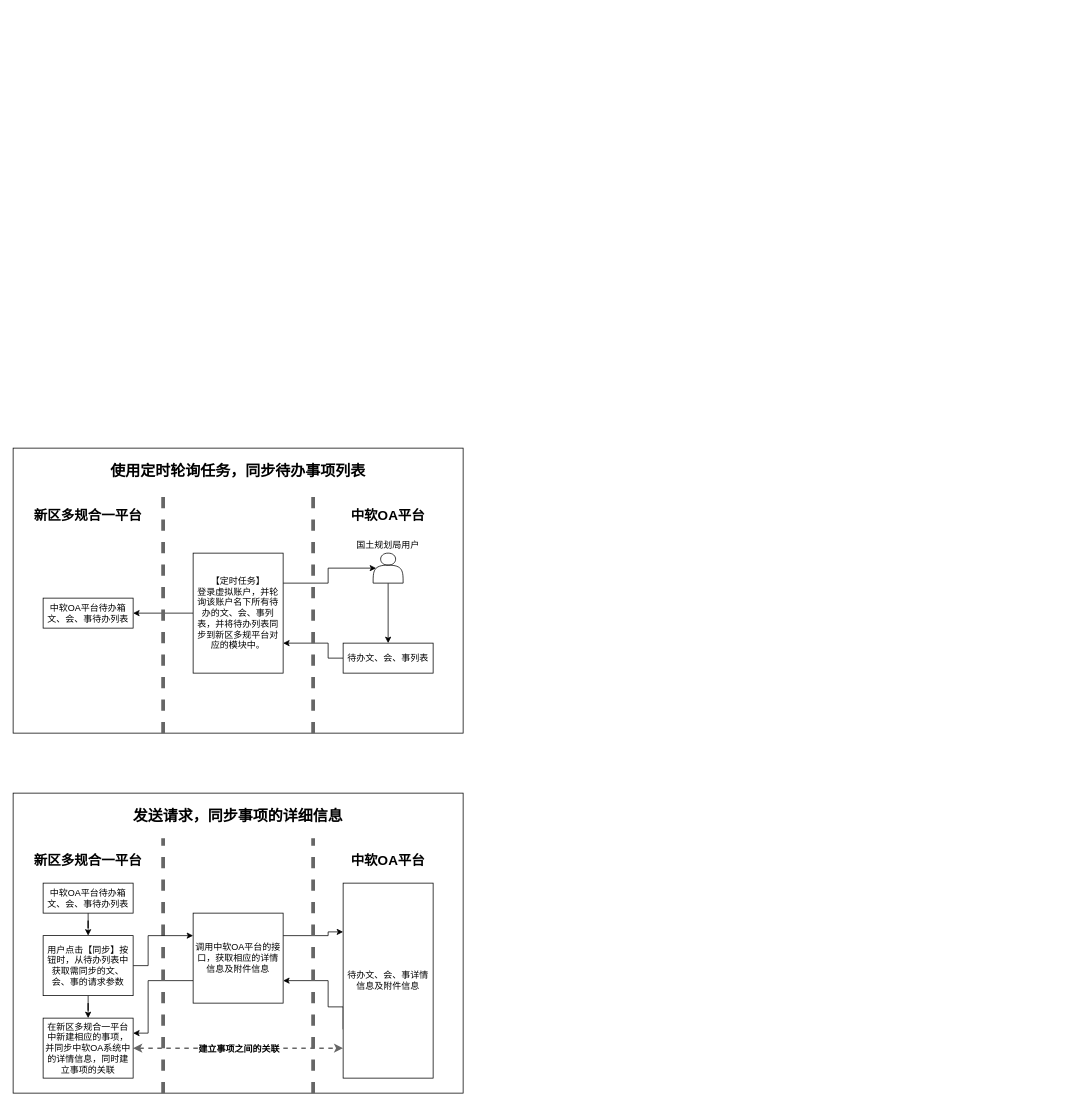
Above: 中软对接.drawio in 806100963/draw.io (draw.io), before the change. Source tidied: cells renumbered, new cells numbered last; positions are measured from the earlier drawing's top-left corner, leaving out a move shared by most shapes. Both pictures are drawn from the tidied source at 75%, with x=0, y=0 at pixel (13, 448).
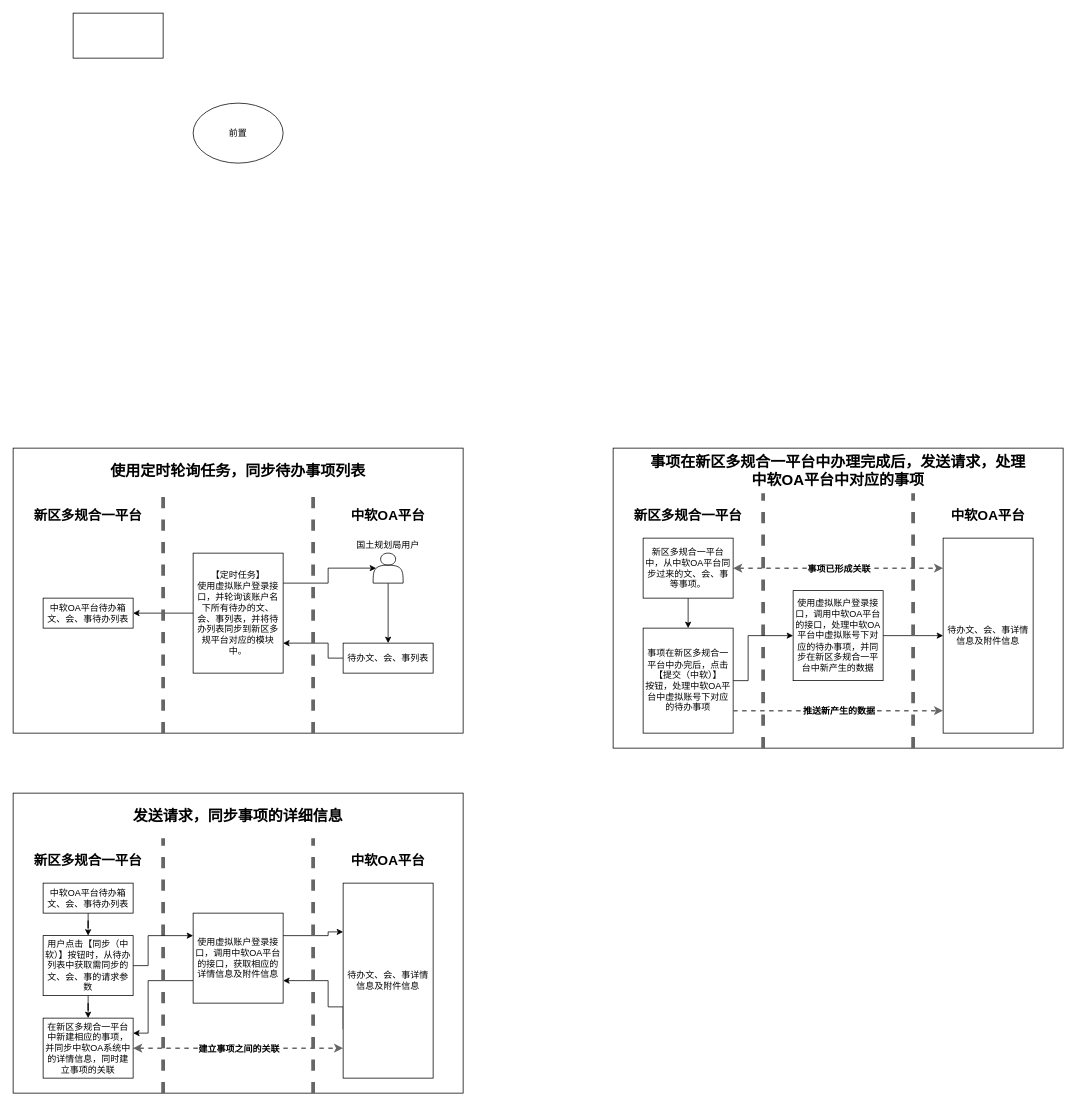
The same diagram, later.

Diff of the diagram source:
```diff
@@
-    <mxCell id="10" value="&lt;span&gt;【定时任务】&lt;br&gt;登录虚拟账户，并轮询该账户名下所有待办的文、会、事列表，并将待办列表同步到新区多规平台对应的模块中。&lt;/span&gt;" style="rounded=0;whiteSpace=wrap;html=1;" parent="1" vertex="1">
+    <mxCell id="10" value="&lt;span&gt;【定时任务】&lt;br&gt;使用虚拟账户登录接口，并轮询该账户名下所有待办的文、会、事列表，并将待办列表同步到新区多规平台对应的模块中。&lt;/span&gt;" style="rounded=0;whiteSpace=wrap;html=1;" parent="1" vertex="1">
       <mxGeometry x="240" y="140" width="120" height="160" as="geometry" />
     </mxCell>
@@
-    <mxCell id="22" value="调用中软OA平台的接口，获取相应的详情信息及附件信息" style="rounded=0;whiteSpace=wrap;html=1;" parent="1" vertex="1">
+    <mxCell id="22" value="使用虚拟账户登录接口，调用中软OA平台的接口，获取相应的详情信息及附件信息" style="rounded=0;whiteSpace=wrap;html=1;" parent="1" vertex="1">
       <mxGeometry x="240" y="620" width="120" height="120" as="geometry" />
     </mxCell>
@@
-    <mxCell id="32" value="用户点击【同步】按钮时，从待办列表中获取需同步的文、会、事的请求参数" style="rounded=0;whiteSpace=wrap;html=1;" parent="1" vertex="1">
+    <mxCell id="32" value="用户点击【同步（中软）】按钮时，从待办列表中获取需同步的文、会、事的请求参数" style="rounded=0;whiteSpace=wrap;html=1;" parent="1" vertex="1">
       <mxGeometry x="40" y="650" width="120" height="80" as="geometry" />
     </mxCell>
@@
+    <mxCell id="36" style="rounded=0;whiteSpace=wrap;html=1;" parent="1" vertex="1">
+      <mxGeometry x="800" width="600" height="400" as="geometry" />
+    </mxCell>
+    <mxCell id="37" value="待办文、会、事详情信息及附件信息" style="rounded=0;whiteSpace=wrap;html=1;" parent="1" vertex="1">
+      <mxGeometry x="1240" y="120" width="120" height="260" as="geometry" />
+    </mxCell>
+    <mxCell id="38" style="edgeStyle=orthogonalEdgeStyle;rounded=0;jettySize=auto;html=1;exitX=1;exitY=0.5;exitDx=0;exitDy=0;entryX=0;entryY=0.5;entryDx=0;entryDy=0;fontSize=12;startArrow=none;startFill=0;strokeWidth=1;" parent="1" edge="1" source="39" target="37">
+      <mxGeometry relative="1" as="geometry">
+        <Array as="points">
+          <mxPoint x="1230" y="250" />
+          <mxPoint x="1230" y="250" />
+        </Array>
+      </mxGeometry>
+    </mxCell>
+    <mxCell id="39" value="使用虚拟账户登录接口，调用中软OA平台的接口，处理中软OA平台中虚拟账号下对应的待办事项，并同步在新区多规合一平台中新产生的数据" style="rounded=0;whiteSpace=wrap;html=1;" parent="1" vertex="1">
+      <mxGeometry x="1040" y="190" width="120" height="120" as="geometry" />
+    </mxCell>
+    <mxCell id="40" style="endArrow=none;dashed=1;html=1;strokeWidth=5;fillColor=#f5f5f5;strokeColor=#666666;" parent="1" edge="1">
+      <mxGeometry relative="1" as="geometry">
+        <mxPoint x="1000" y="400" as="sourcePoint" />
+        <mxPoint x="1000" y="60" as="targetPoint" />
+      </mxGeometry>
+    </mxCell>
+    <mxCell id="41" style="endArrow=none;dashed=1;html=1;strokeWidth=5;fillColor=#f5f5f5;strokeColor=#666666;" parent="1" edge="1">
+      <mxGeometry relative="1" as="geometry">
+        <mxPoint x="1200" y="400" as="sourcePoint" />
+        <mxPoint x="1200" y="60" as="targetPoint" />
+      </mxGeometry>
+    </mxCell>
+    <mxCell id="42" value="新区多规合一平台" style="text;html=1;strokeColor=none;fillColor=none;align=center;verticalAlign=middle;whiteSpace=wrap;rounded=0;fontSize=18;fontStyle=1;" parent="1" vertex="1">
+      <mxGeometry x="825" y="80" width="150" height="20" as="geometry" />
+    </mxCell>
+    <mxCell id="43" value="中软OA平台" style="text;html=1;strokeColor=none;fillColor=none;align=center;verticalAlign=middle;whiteSpace=wrap;rounded=0;fontSize=18;fontStyle=1;" parent="1" vertex="1">
+      <mxGeometry x="1225" y="80" width="150" height="20" as="geometry" />
+    </mxCell>
+    <mxCell id="44" value="事项在新区多规合一平台中办理完成后，发送请求，处理&lt;br&gt;中软OA平台中对应的事项" style="text;html=1;strokeColor=none;fillColor=none;align=center;verticalAlign=middle;whiteSpace=wrap;rounded=0;fontSize=20;fontStyle=1;" parent="1" vertex="1">
+      <mxGeometry x="800" width="600" height="60" as="geometry" />
+    </mxCell>
+    <mxCell id="45" style="edgeStyle=orthogonalEdgeStyle;rounded=0;jettySize=auto;html=1;exitX=1;exitY=0.5;exitDx=0;exitDy=0;fontSize=12;strokeWidth=2;dashed=1;startArrow=classic;startFill=1;fillColor=#f5f5f5;strokeColor=#666666;" parent="1" edge="1" source="48" target="37">
+      <mxGeometry relative="1" as="geometry">
+        <Array as="points">
+          <mxPoint x="1090" y="160" />
+          <mxPoint x="1090" y="160" />
+        </Array>
+      </mxGeometry>
+    </mxCell>
+    <mxCell id="46" value="事项已形成关联" style="edgeLabel;html=1;align=center;verticalAlign=middle;fontSize=12;fontStyle=1;" parent="45" vertex="1">
+      <mxGeometry x="0.05" y="-1" relative="1" as="geometry">
+        <mxPoint x="-7" y="-1" as="offset" />
+      </mxGeometry>
+    </mxCell>
+    <mxCell id="47" style="edgeStyle=orthogonalEdgeStyle;rounded=0;jettySize=auto;html=1;fontSize=12;startArrow=none;startFill=0;strokeWidth=1;" parent="1" edge="1" source="48" target="50">
+      <mxGeometry relative="1" as="geometry" />
+    </mxCell>
+    <mxCell id="48" value="新区多规合一平台中，从中软OA平台同步过来的文、会、事等事项。" style="rounded=0;whiteSpace=wrap;html=1;" parent="1" vertex="1">
+      <mxGeometry x="840" y="120" width="120" height="80" as="geometry" />
+    </mxCell>
+    <mxCell id="49" style="edgeStyle=orthogonalEdgeStyle;rounded=0;jettySize=auto;html=1;exitX=1;exitY=0.5;exitDx=0;exitDy=0;entryX=0;entryY=0.5;entryDx=0;entryDy=0;fontSize=12;startArrow=none;startFill=0;strokeWidth=1;" parent="1" edge="1" source="50" target="39">
+      <mxGeometry relative="1" as="geometry">
+        <Array as="points">
+          <mxPoint x="980" y="310" />
+          <mxPoint x="980" y="250" />
+        </Array>
+      </mxGeometry>
+    </mxCell>
+    <mxCell id="50" value="事项在新区多规合一平台中办完后，点击【提交（中软）】&lt;br&gt;按钮，处理中软OA平台中虚拟账号下对应的待办事项" style="rounded=0;whiteSpace=wrap;html=1;" parent="1" vertex="1">
+      <mxGeometry x="840" y="240" width="120" height="140" as="geometry" />
+    </mxCell>
+    <mxCell id="51" style="rounded=0;whiteSpace=wrap;html=1;fontSize=12;" parent="1" vertex="1">
+      <mxGeometry x="80" y="-580" width="120" height="60" as="geometry" />
+    </mxCell>
+    <mxCell id="52" value="前置" style="ellipse;whiteSpace=wrap;html=1;fontSize=12;" parent="1" vertex="1">
+      <mxGeometry x="240" y="-460" width="120" height="80" as="geometry" />
+    </mxCell>
+    <mxCell id="53" style="edgeStyle=orthogonalEdgeStyle;rounded=0;jettySize=auto;html=1;fontSize=12;strokeWidth=2;dashed=1;startArrow=none;startFill=0;fillColor=#f5f5f5;strokeColor=#666666;" parent="1" edge="1" source="50" target="37">
+      <mxGeometry relative="1" as="geometry">
+        <Array as="points">
+          <mxPoint x="1020" y="350" />
+          <mxPoint x="1020" y="350" />
+        </Array>
+      </mxGeometry>
+    </mxCell>
+    <mxCell id="54" value="推送新产生的数据" style="edgeLabel;html=1;align=center;verticalAlign=middle;fontSize=12;fontStyle=1;" parent="53" vertex="1">
+      <mxGeometry x="0.05" y="-1" relative="1" as="geometry">
+        <mxPoint x="-7" y="-1" as="offset" />
+      </mxGeometry>
+    </mxCell>
```
